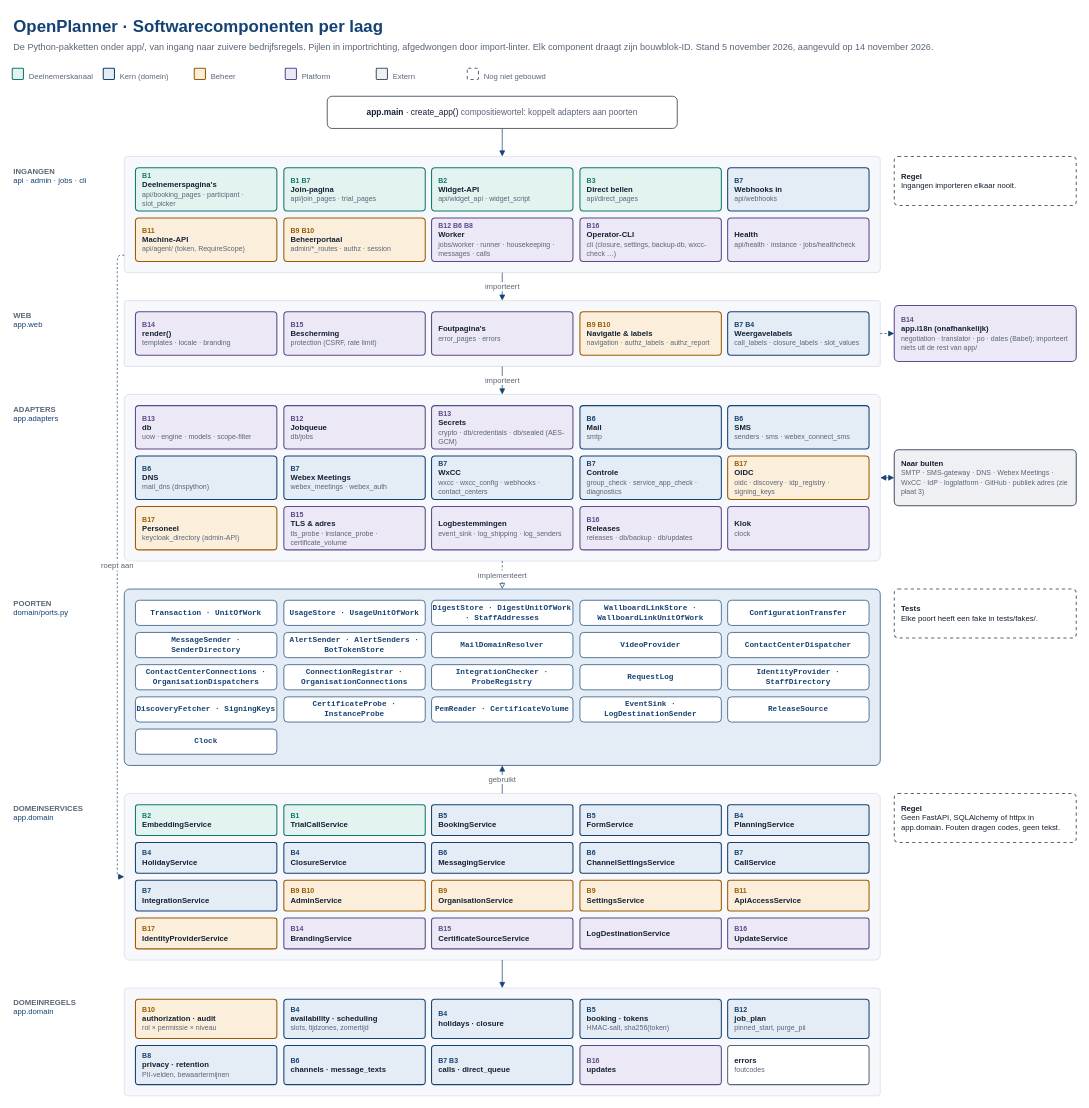
Before: page "2 Softwarecomponenten" (2 of 3) of docs/diagrams/openplanner-architectuur.drawio in 3Corners-Labs/OpenPlanner, a draw.io diagram. Source tidied: cells renumbered, new cells numbered last; positions are measured from the earlier drawing's top-left corner, leaving out a move shared by most shapes. Both pictures are drawn from the tidied source at 70%, with x=0, y=0 at pixel (12, 12).
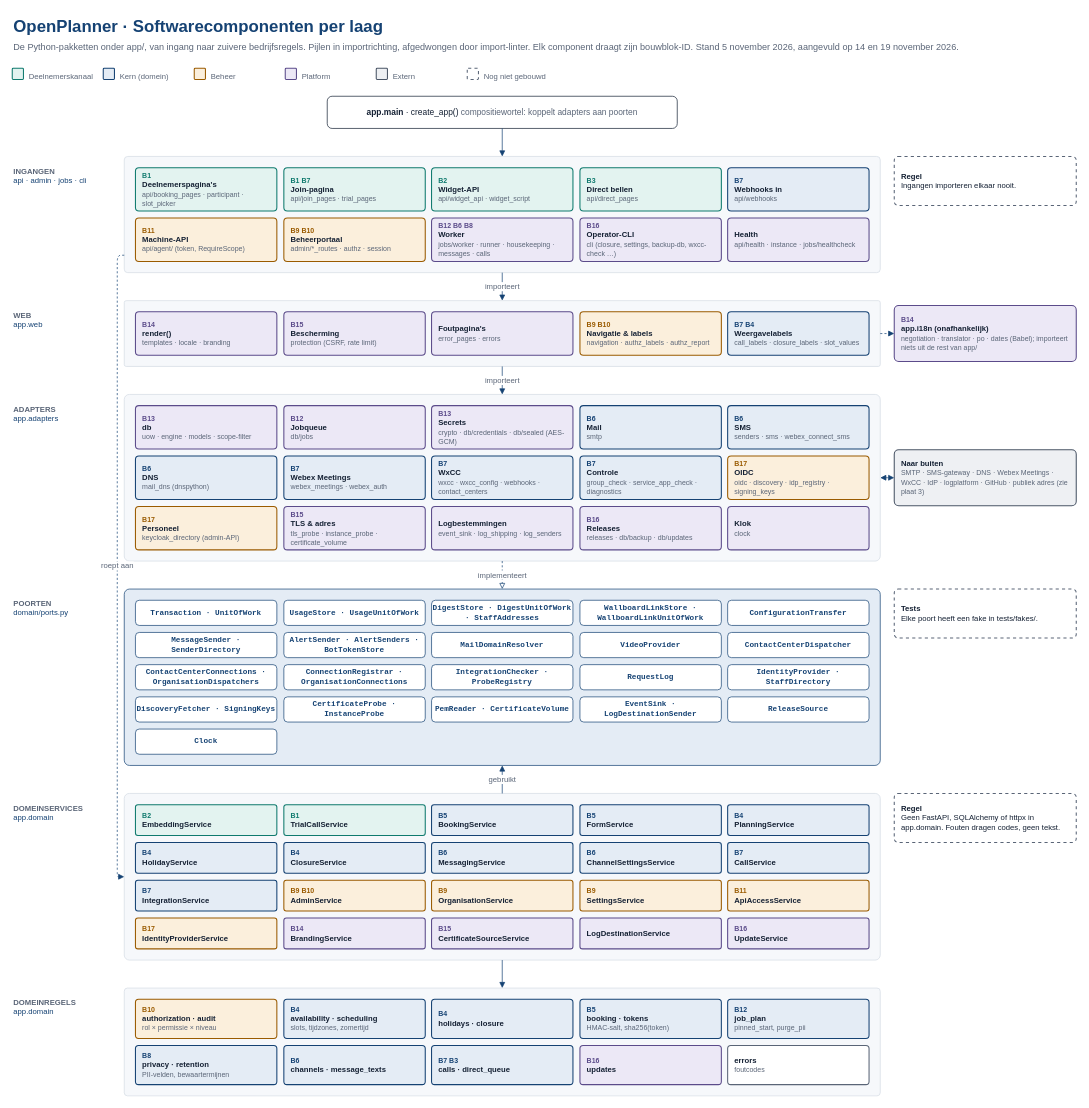
Above is the later version.

Change to the diagram source:
```diff
@@
-    <mxCell id="3" value="De Python-pakketten onder app/, van ingang naar zuivere bedrijfsregels. Pijlen in importrichting, afgedwongen door import-linter. Elk component draagt zijn bouwblok-ID. Stand 5 november 2026, aangevuld op 14 november 2026." style="text;html=1;whiteSpace=wrap;align=left;verticalAlign=top;fontSize=13;fontColor=#5a6577;fontFamily=Helvetica;" parent="1" vertex="1">
+    <mxCell id="3" value="De Python-pakketten onder app/, van ingang naar zuivere bedrijfsregels. Pijlen in importrichting, afgedwongen door import-linter. Elk component draagt zijn bouwblok-ID. Stand 5 november 2026, aangevuld op 14 en 19 november 2026." style="text;html=1;whiteSpace=wrap;align=left;verticalAlign=top;fontSize=13;fontColor=#5a6577;fontFamily=Helvetica;" parent="1" vertex="1">
       <mxGeometry y="36" width="1520" height="40" as="geometry" />
     </mxCell>
```
